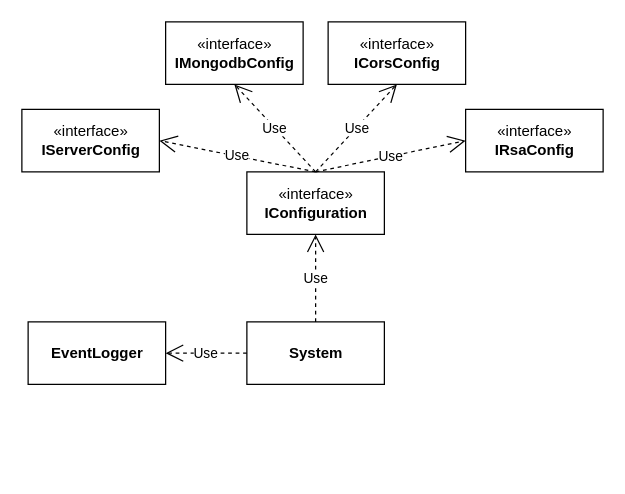
The draw.io diagram api-docs/draw.io/architecture.drawio in syr0s/todo-backend, before the edit. Source tidied: cells renumbered, new cells numbered last; positions are measured from the earlier drawing's top-left corner, leaving out a move shared by most shapes. Both pictures are drawn from the tidied source at 125%, with x=0, y=0 at pixel (21, 21).
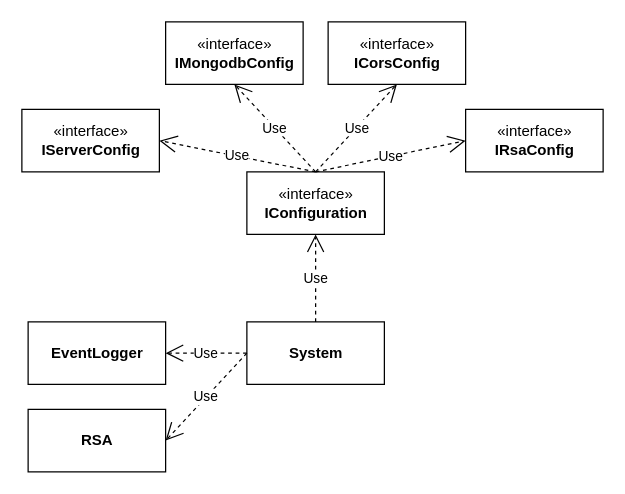
The same diagram, later.

Diff of the diagram source:
```diff
@@
 <mxGraphModel>
   <root>
     <mxCell id="0" />
     <mxCell id="1" parent="0" />
     <mxCell id="2" value="«interface»&lt;br&gt;&lt;b&gt;IConfiguration&lt;/b&gt;" style="html=1;" parent="1" vertex="1">
       <mxGeometry x="180" y="120" width="110" height="50" as="geometry" />
     </mxCell>
     <mxCell id="3" value="«interface»&lt;br&gt;&lt;b&gt;IServerConfig&lt;/b&gt;" style="html=1;" parent="1" vertex="1">
       <mxGeometry y="70" width="110" height="50" as="geometry" />
     </mxCell>
     <mxCell id="4" value="«interface»&lt;br&gt;&lt;b&gt;IMongodbConfig&lt;/b&gt;" style="html=1;" parent="1" vertex="1">
       <mxGeometry x="115" width="110" height="50" as="geometry" />
     </mxCell>
     <mxCell id="5" value="«interface»&lt;br&gt;&lt;b&gt;ICorsConfig&lt;/b&gt;" style="html=1;" parent="1" vertex="1">
       <mxGeometry x="245" width="110" height="50" as="geometry" />
     </mxCell>
     <mxCell id="6" value="«interface»&lt;br&gt;&lt;b&gt;IRsaConfig&lt;/b&gt;" style="html=1;" parent="1" vertex="1">
       <mxGeometry x="355" y="70" width="110" height="50" as="geometry" />
     </mxCell>
     <mxCell id="7" value="System" style="html=1;fontStyle=1;" parent="1" vertex="1">
       <mxGeometry x="180" y="240" width="110" height="50" as="geometry" />
     </mxCell>
     <mxCell id="8" value="Use" style="endArrow=open;endSize=12;dashed=1;html=1;rounded=0;exitX=0.5;exitY=0;exitDx=0;exitDy=0;entryX=0.5;entryY=1;entryDx=0;entryDy=0;" parent="1" edge="1" source="7" target="2">
       <mxGeometry relative="1" as="geometry" />
     </mxCell>
     <mxCell id="9" value="Use" style="endArrow=open;endSize=12;dashed=1;html=1;rounded=0;exitX=0.5;exitY=0;exitDx=0;exitDy=0;entryX=1;entryY=0.5;entryDx=0;entryDy=0;" parent="1" edge="1" source="2" target="3">
       <mxGeometry relative="1" as="geometry" />
     </mxCell>
     <mxCell id="10" value="Use" style="endArrow=open;endSize=12;dashed=1;html=1;rounded=0;exitX=0.5;exitY=0;exitDx=0;exitDy=0;entryX=0;entryY=0.5;entryDx=0;entryDy=0;" parent="1" edge="1" source="2" target="6">
       <mxGeometry relative="1" as="geometry" />
     </mxCell>
     <mxCell id="11" value="Use" style="endArrow=open;endSize=12;dashed=1;html=1;rounded=0;exitX=0.5;exitY=0;exitDx=0;exitDy=0;entryX=0.5;entryY=1;entryDx=0;entryDy=0;" parent="1" edge="1" source="2" target="4">
       <mxGeometry relative="1" as="geometry" />
     </mxCell>
     <mxCell id="12" value="Use" style="endArrow=open;endSize=12;dashed=1;html=1;rounded=0;entryX=0.5;entryY=1;entryDx=0;entryDy=0;" parent="1" edge="1" target="5">
       <mxGeometry relative="1" as="geometry">
         <mxPoint x="235" y="120" as="sourcePoint" />
       </mxGeometry>
     </mxCell>
     <mxCell id="13" value="EventLogger" style="html=1;fontStyle=1;" parent="1" vertex="1">
       <mxGeometry x="5" y="240" width="110" height="50" as="geometry" />
     </mxCell>
     <mxCell id="14" value="Use" style="endArrow=open;endSize=12;dashed=1;html=1;rounded=0;exitX=0;exitY=0.5;exitDx=0;exitDy=0;entryX=1;entryY=0.5;entryDx=0;entryDy=0;" parent="1" edge="1" source="7" target="13">
       <mxGeometry relative="1" as="geometry" />
     </mxCell>
+    <mxCell id="15" value="&lt;b&gt;RSA&lt;/b&gt;" style="html=1;" parent="1" vertex="1">
+      <mxGeometry x="5" y="310" width="110" height="50" as="geometry" />
+    </mxCell>
+    <mxCell id="16" value="Use" style="endArrow=open;endSize=12;dashed=1;html=1;rounded=0;exitX=0;exitY=0.5;exitDx=0;exitDy=0;entryX=1;entryY=0.5;entryDx=0;entryDy=0;" parent="1" edge="1" source="7" target="15">
+      <mxGeometry relative="1" as="geometry" />
+    </mxCell>
   </root>
 </mxGraphModel>
```
